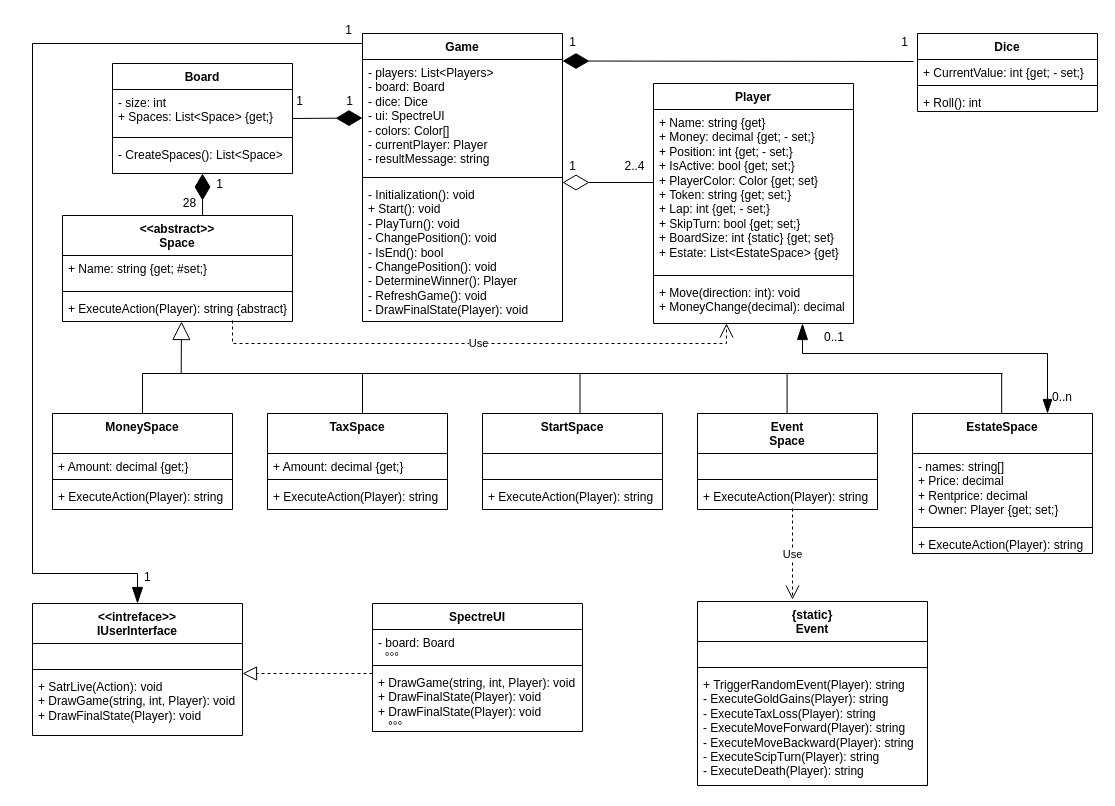
Before: docs/UML_Monopoly.drawio in roman-vainer/Monopoly, a draw.io diagram. Source tidied: cells renumbered, new cells numbered last; positions are measured from the earlier drawing's top-left corner, leaving out a move shared by most shapes. Both pictures are drawn from the tidied source at 100%, with x=0, y=0 at pixel (32, 31).
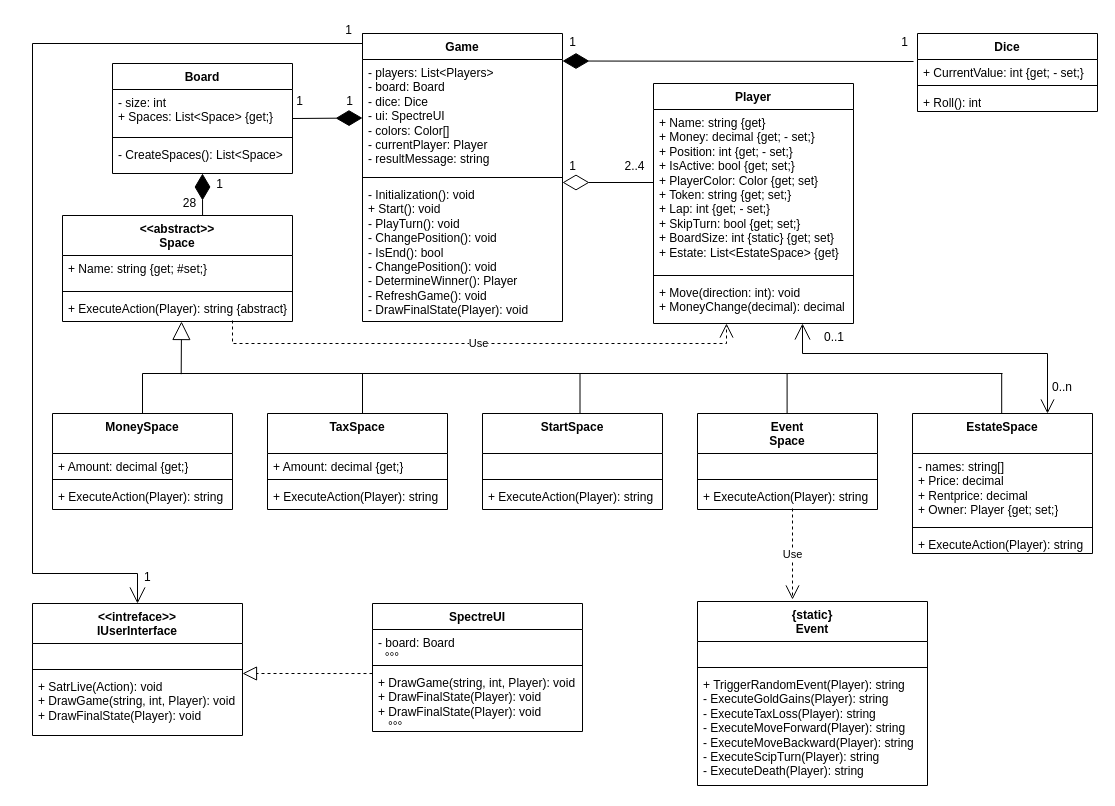
After the change.

Unchanged cells that the change refers to:
```xml
<mxCell id="2" value="Game" style="swimlane;fontStyle=1;align=center;verticalAlign=top;horizontal=1;startSize=26;whiteSpace=wrap;html=1;" parent="1" vertex="1">
  <mxGeometry x="330" y="2" width="200" height="288" as="geometry" />
</mxCell>
<mxCell id="28" value="&lt;div&gt;EstateSpace&lt;/div&gt;" style="swimlane;fontStyle=1;align=center;verticalAlign=top;horizontal=1;startSize=40;whiteSpace=wrap;html=1;" parent="1" vertex="1">
  <mxGeometry x="880" y="382" width="180" height="140" as="geometry" />
</mxCell>
<mxCell id="45" value="&amp;lt;&amp;lt;intreface&amp;gt;&amp;gt;&lt;br&gt;IUserInterface" style="swimlane;fontStyle=1;align=center;verticalAlign=top;horizontal=1;startSize=40;whiteSpace=wrap;html=1;" parent="1" vertex="1">
  <mxGeometry y="572" width="210" height="132" as="geometry" />
</mxCell>
```

Change to the diagram source:
```diff
@@
-    <mxCell id="76" style="endArrow=blockThin;html=1;endSize=12;startArrow=blockThin;startSize=14;startFill=1;edgeStyle=orthogonalEdgeStyle;rounded=0;entryX=0.75;entryY=0;entryDx=0;entryDy=0;endFill=1;strokeWidth=1;" parent="1" edge="1" target="28">
+    <mxCell id="76" style="endArrow=open;html=1;endSize=12;startArrow=open;startSize=14;startFill=0;edgeStyle=orthogonalEdgeStyle;rounded=0;entryX=0.75;entryY=0;entryDx=0;entryDy=0;endFill=0;strokeWidth=1;" parent="1" edge="1" target="28">
       <mxGeometry relative="1" as="geometry">
         <mxPoint x="770" y="292" as="sourcePoint" />
         <Array as="points">
           <mxPoint x="770" y="322" />
           <mxPoint x="1015" y="322" />
         </Array>
       </mxGeometry>
     </mxCell>
@@
     <mxCell id="78" value="&lt;font style=&quot;font-size: 12px;&quot;&gt;0..n&lt;/font&gt;" style="edgeLabel;html=1;align=right;verticalAlign=top;" parent="76" vertex="1">
       <mxGeometry x="1" relative="1" as="geometry">
-        <mxPoint x="25" y="-30" as="offset" />
+        <mxPoint x="25" y="-40" as="offset" />
       </mxGeometry>
     </mxCell>
-    <mxCell id="79" style="endArrow=none;html=1;endSize=12;startArrow=blockThin;startSize=14;startFill=1;edgeStyle=orthogonalEdgeStyle;rounded=0;entryX=0;entryY=0;entryDx=0;entryDy=0;endFill=0;strokeWidth=1;exitX=0.5;exitY=0;exitDx=0;exitDy=0;" parent="1" edge="1" source="45" target="2">
+    <mxCell id="79" style="endArrow=none;html=1;endSize=12;startArrow=open;startSize=14;startFill=0;edgeStyle=orthogonalEdgeStyle;rounded=0;entryX=0;entryY=0;entryDx=0;entryDy=0;endFill=0;strokeWidth=1;exitX=0.5;exitY=0;exitDx=0;exitDy=0;" parent="1" edge="1" source="45" target="2">
       <mxGeometry relative="1" as="geometry">
         <Array as="points">
           <mxPoint x="105" y="542" />
           <mxPoint y="542" />
           <mxPoint y="12" />
           <mxPoint x="330" y="12" />
         </Array>
       </mxGeometry>
     </mxCell>
```
